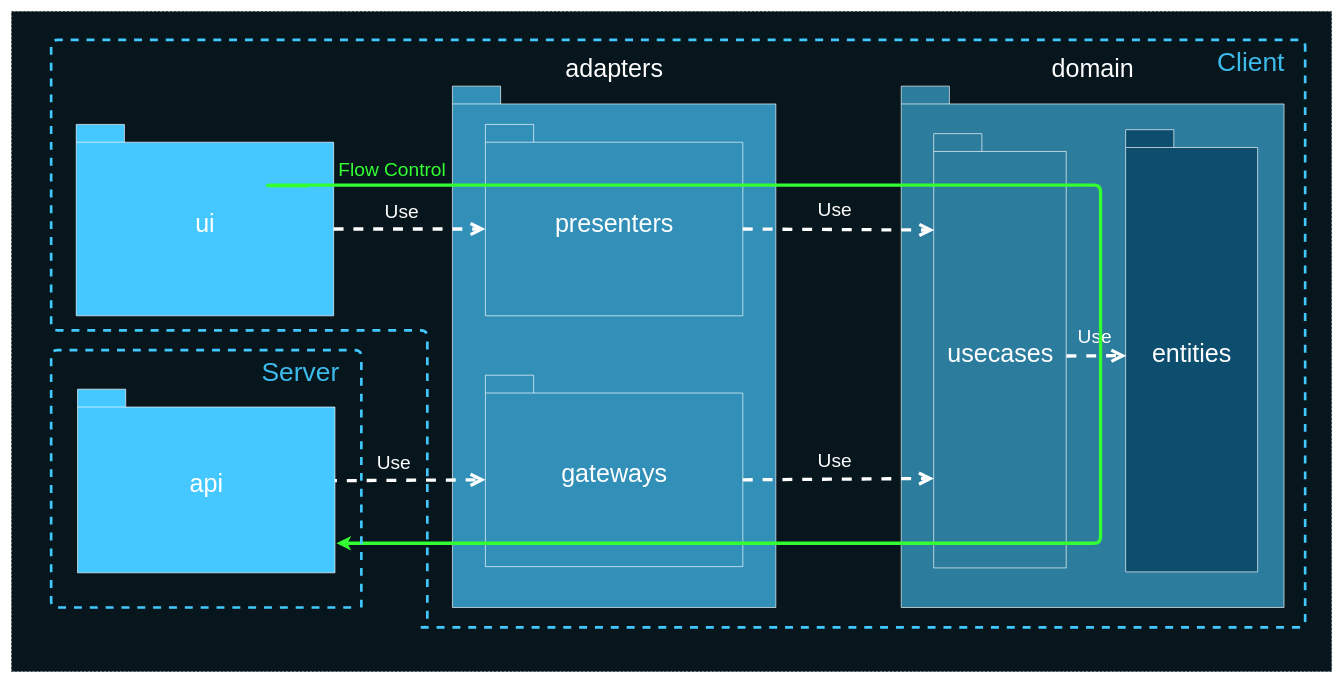
Earlier version of the draw.io diagram deck/ru/diagrams/packagesDependenciesFlowControl.drawio (AlexanderLapygin/ca-react-rest-api-starter). Source tidied: cells renumbered, new cells numbered last; positions are measured from the earlier drawing's top-left corner, leaving out a move shared by most shapes. Both pictures are drawn from the tidied source at 66%, with x=0, y=0 at pixel (11, 11).
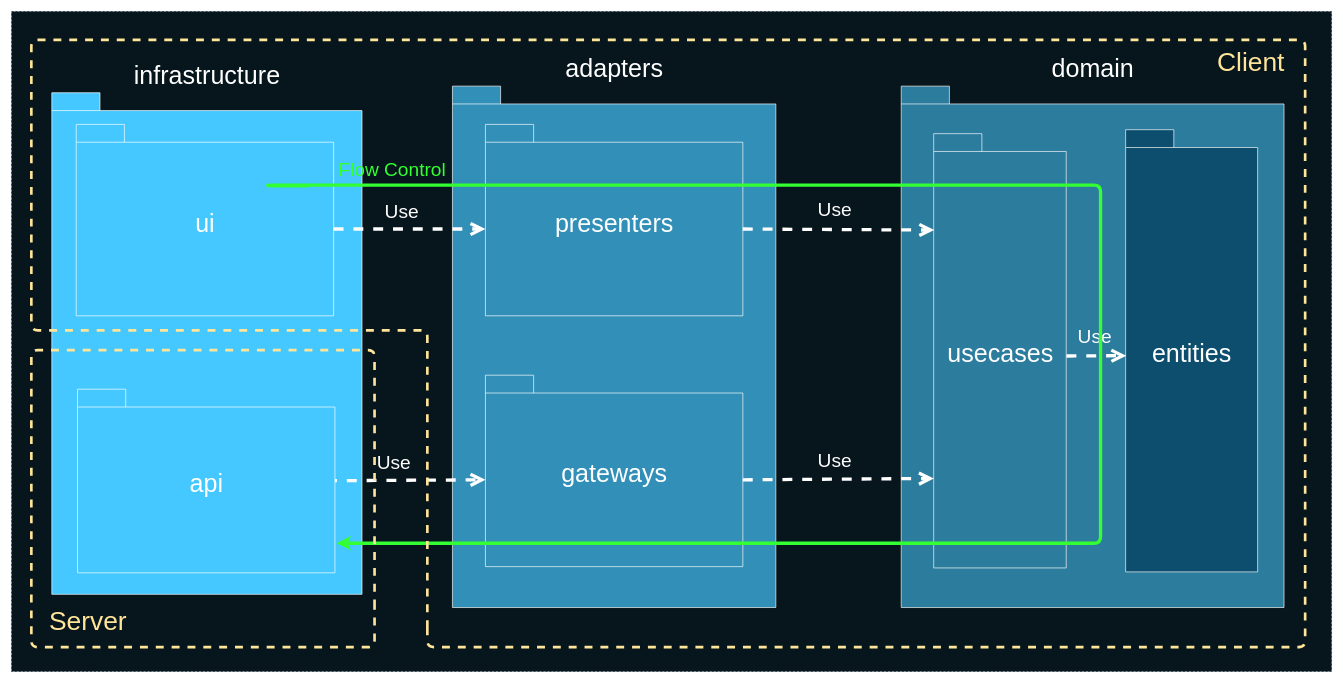
After the change.

The change refers to these unchanged cells:
```xml
<mxCell id="20" style="group;" parent="19" vertex="1">
  <mxGeometry x="10" width="1924" height="890" as="geometry" />
</mxCell>
<mxCell id="25" style="group;" parent="23" vertex="1">
  <mxGeometry width="484" height="390" as="geometry" />
</mxCell>
```

What changed in the source:
```diff
@@
+    <mxCell id="28" value="&lt;font color=&quot;#ffffff&quot; style=&quot;font-size: 38px&quot;&gt;infrastructure&lt;/font&gt;" style="shape=folder;fontStyle=0;spacingTop=10;tabWidth=73;tabHeight=27;tabPosition=left;html=1;strokeColor=#FFFFFF;fillColor=#45C8FF;labelPosition=center;verticalLabelPosition=top;align=center;verticalAlign=bottom;" parent="1" vertex="1">
+      <mxGeometry x="61" y="123" width="470" height="760" as="geometry" />
+    </mxCell>
@@
+    <mxCell id="22" value="&lt;font color=&quot;#ffe599&quot;&gt;Client&lt;/font&gt;" style="text;html=1;strokeColor=none;fillColor=none;align=center;verticalAlign=middle;whiteSpace=wrap;rounded=0;fontColor=#3CBBED;fontSize=40;" parent="20" vertex="1">
+      <mxGeometry x="1712" y="3" width="212" height="60" as="geometry" />
+    </mxCell>
-    <mxCell id="21" style="edgeStyle=segmentEdgeStyle;endArrow=none;html=1;strokeColor=#41C9FF;strokeWidth=4;endFill=0;dashed=1;" parent="20" edge="1">
+    <mxCell id="21" style="edgeStyle=segmentEdgeStyle;endArrow=none;html=1;strokeColor=#FFE599;strokeWidth=4;endFill=0;dashed=1;" parent="20" edge="1">
       <mxGeometry relative="1" as="geometry">
-        <mxPoint x="560" y="890" as="sourcePoint" />
-        <mxPoint x="560" y="890" as="targetPoint" />
+        <mxPoint x="570" y="890" as="sourcePoint" />
+        <mxPoint x="570" y="890" as="targetPoint" />
         <Array as="points">
-          <mxPoint x="1900" y="890" />
+          <mxPoint x="570" y="890" />
+          <mxPoint x="570" y="920" />
+          <mxPoint x="1900" y="920" />
           <mxPoint x="1900" />
-          <mxPoint />
-          <mxPoint y="440" />
+          <mxPoint x="-30" />
+          <mxPoint x="-30" y="440" />
           <mxPoint x="570" y="440" />
           <mxPoint x="570" y="890" />
         </Array>
       </mxGeometry>
     </mxCell>
-    <mxCell id="22" value="Client" style="text;html=1;strokeColor=none;fillColor=none;align=center;verticalAlign=middle;whiteSpace=wrap;rounded=0;fontColor=#3CBBED;fontSize=40;" parent="20" vertex="1">
-      <mxGeometry x="1712" y="3" width="212" height="60" as="geometry" />
-    </mxCell>
@@
-    <mxCell id="26" style="edgeStyle=segmentEdgeStyle;endArrow=none;html=1;strokeColor=#41C9FF;strokeWidth=4;endFill=0;dashed=1;" parent="25" edge="1">
+    <mxCell id="26" style="edgeStyle=segmentEdgeStyle;endArrow=none;html=1;strokeColor=#FFE599;strokeWidth=4;endFill=0;dashed=1;" parent="25" edge="1">
       <mxGeometry relative="1" as="geometry">
-        <mxPoint x="470" y="390" as="sourcePoint" />
-        <mxPoint x="460" y="390" as="targetPoint" />
+        <mxPoint x="490" y="390" as="sourcePoint" />
+        <mxPoint x="490" y="390" as="targetPoint" />
         <Array as="points">
-          <mxPoint x="470" y="381" />
-          <mxPoint x="470" />
-          <mxPoint />
-          <mxPoint y="390" />
+          <mxPoint x="490" y="390" />
+          <mxPoint x="490" />
+          <mxPoint x="-30" />
+          <mxPoint x="-30" y="450" />
+          <mxPoint x="490" y="450" />
+          <mxPoint x="490" y="390" />
         </Array>
       </mxGeometry>
     </mxCell>
-    <mxCell id="27" value="Server" style="text;html=1;strokeColor=none;fillColor=none;align=center;verticalAlign=middle;whiteSpace=wrap;rounded=0;fontColor=#3CBBED;fontSize=40;" parent="25" vertex="1">
-      <mxGeometry x="272" y="4.3" width="212" height="57.1" as="geometry" />
+    <mxCell id="27" value="Server" style="text;html=1;strokeColor=none;fillColor=none;align=center;verticalAlign=middle;whiteSpace=wrap;rounded=0;fontColor=#FFE599;fontSize=40;" parent="1" vertex="1">
+      <mxGeometry x="10" y="893" width="212" height="57.1" as="geometry" />
     </mxCell>
```
